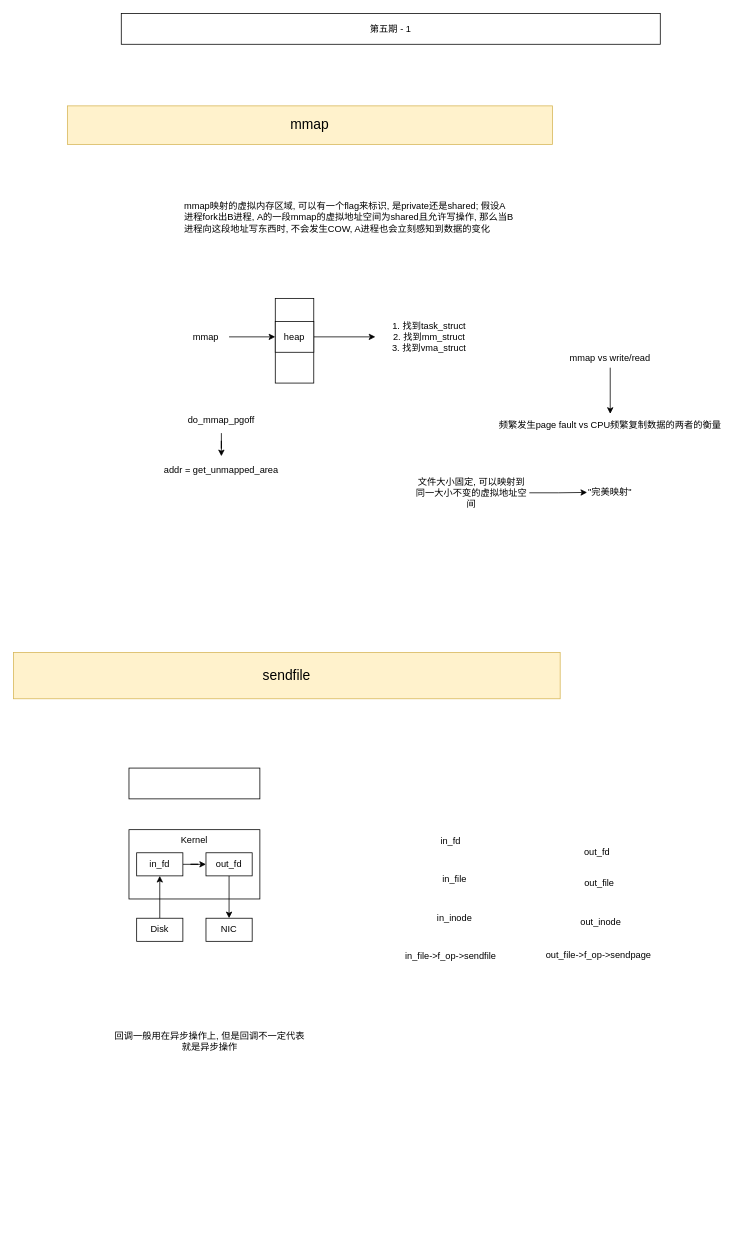
Earlier version of the draw.io diagram IO-2.drawio (haoboliu66/Diagram). Source tidied: cells renumbered, new cells numbered last; positions are measured from the earlier drawing's top-left corner, leaving out a move shared by most shapes. Both pictures are drawn from the tidied source at 77%, with x=0, y=0 at pixel (13, 13).
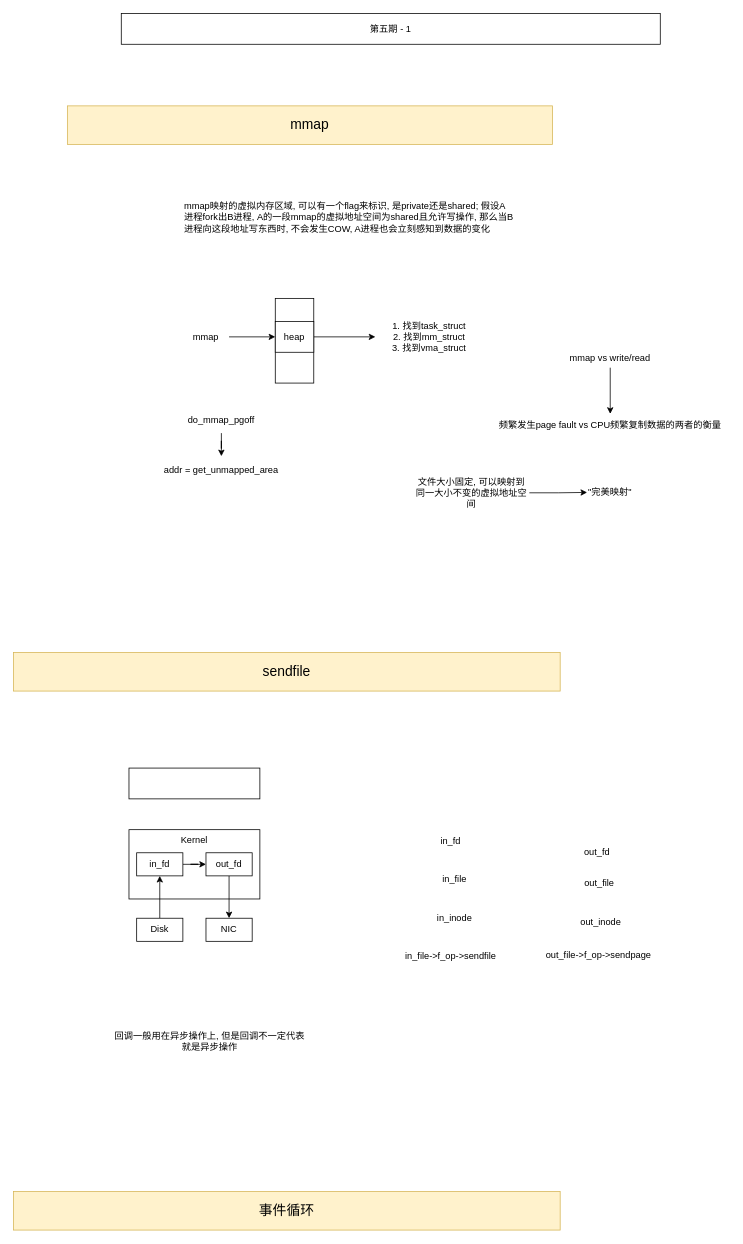
After the change.

Change to the diagram source:
```diff
@@
     <mxCell id="19" value="sendfile" style="text;html=1;strokeColor=#d6b656;fillColor=#fff2cc;align=center;verticalAlign=middle;whiteSpace=wrap;rounded=0;fontSize=18;" parent="1" vertex="1">
-      <mxGeometry y="830" width="710" height="60" as="geometry" />
+      <mxGeometry y="830" width="710" height="50" as="geometry" />
     </mxCell>
@@
+    <mxCell id="39" value="事件循环" style="text;html=1;strokeColor=#d6b656;fillColor=#fff2cc;align=center;verticalAlign=middle;whiteSpace=wrap;rounded=0;fontSize=18;" parent="1" vertex="1">
+      <mxGeometry y="1530" width="710" height="50" as="geometry" />
+    </mxCell>
```
